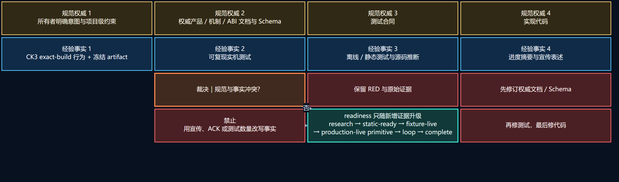
Earlier version of the Mermaid export docs/project-causality-architecture/rendered/08-authority-and-evidence.png (XenoAmess/ck3_eternal_recurrence). Its source is kept beside it as docs/project-causality-architecture/src/08-authority-and-evidence.mmd. Source of this version:
```mermaid
block-beta
    columns 4
    N1["规范权威 1<br/>所有者明确意图与项目级约束"] N2["规范权威 2<br/>权威产品 / 机制 / ABI 文档与 Schema"] N3["规范权威 3<br/>测试合同"] N4["规范权威 4<br/>实现代码"]
    F1["经验事实 1<br/>CK3 exact-build 行为 + 冻结 artifact"] F2["经验事实 2<br/>可复现实机测试"] F3["经验事实 3<br/>离线 / 静态测试与源码推断"] F4["经验事实 4<br/>进度摘要与宣传表述"]
    space C["裁决｜规范与事实冲突？"] R1["保留 RED 与原始证据"] R2["先修订权威文档 / Schema"]
    space WARN["禁止<br/>用宣传、ACK 或测试数量改写事实"] READY["readiness 只随新增证据升级<br/>research → static-ready → fixture-live<br/>→ production-live primitive → loop → complete"] R3["再修测试，最后修代码"]

    N1 --> N2 --> N3 --> N4 --> C
    F1 --> F2 --> F3 --> F4 --> C
    C -- "是" --> R1 --> R2 --> R3 --> READY
    C -- "否" --> READY
    READY -.-> WARN

    style N1 fill:#302916,stroke:#f3c96b,color:#fff8e7,stroke-width:2px
    style N2 fill:#302916,stroke:#f3c96b,color:#fff8e7,stroke-width:2px
    style N3 fill:#302916,stroke:#f3c96b,color:#fff8e7,stroke-width:2px
    style N4 fill:#302916,stroke:#f3c96b,color:#fff8e7,stroke-width:2px
    style F1 fill:#102b47,stroke:#55c8ff,color:#f4f8ff,stroke-width:2px
    style F2 fill:#102b47,stroke:#55c8ff,color:#f4f8ff,stroke-width:2px
    style F3 fill:#102b47,stroke:#55c8ff,color:#f4f8ff,stroke-width:2px
    style F4 fill:#102b47,stroke:#55c8ff,color:#f4f8ff,stroke-width:2px
    style C fill:#402a1f,stroke:#ff8a4c,color:#fff6ef,stroke-width:3px
    style R1 fill:#4b2024,stroke:#ff6b6b,color:#fff5f5,stroke-width:2px
    style R2 fill:#4b2024,stroke:#ff6b6b,color:#fff5f5,stroke-width:2px
    style R3 fill:#4b2024,stroke:#ff6b6b,color:#fff5f5,stroke-width:2px
    style WARN fill:#4b2024,stroke:#ff6b6b,color:#fff5f5,stroke-width:2px
    style READY fill:#123939,stroke:#38d6c5,color:#effffd,stroke-width:3px
```
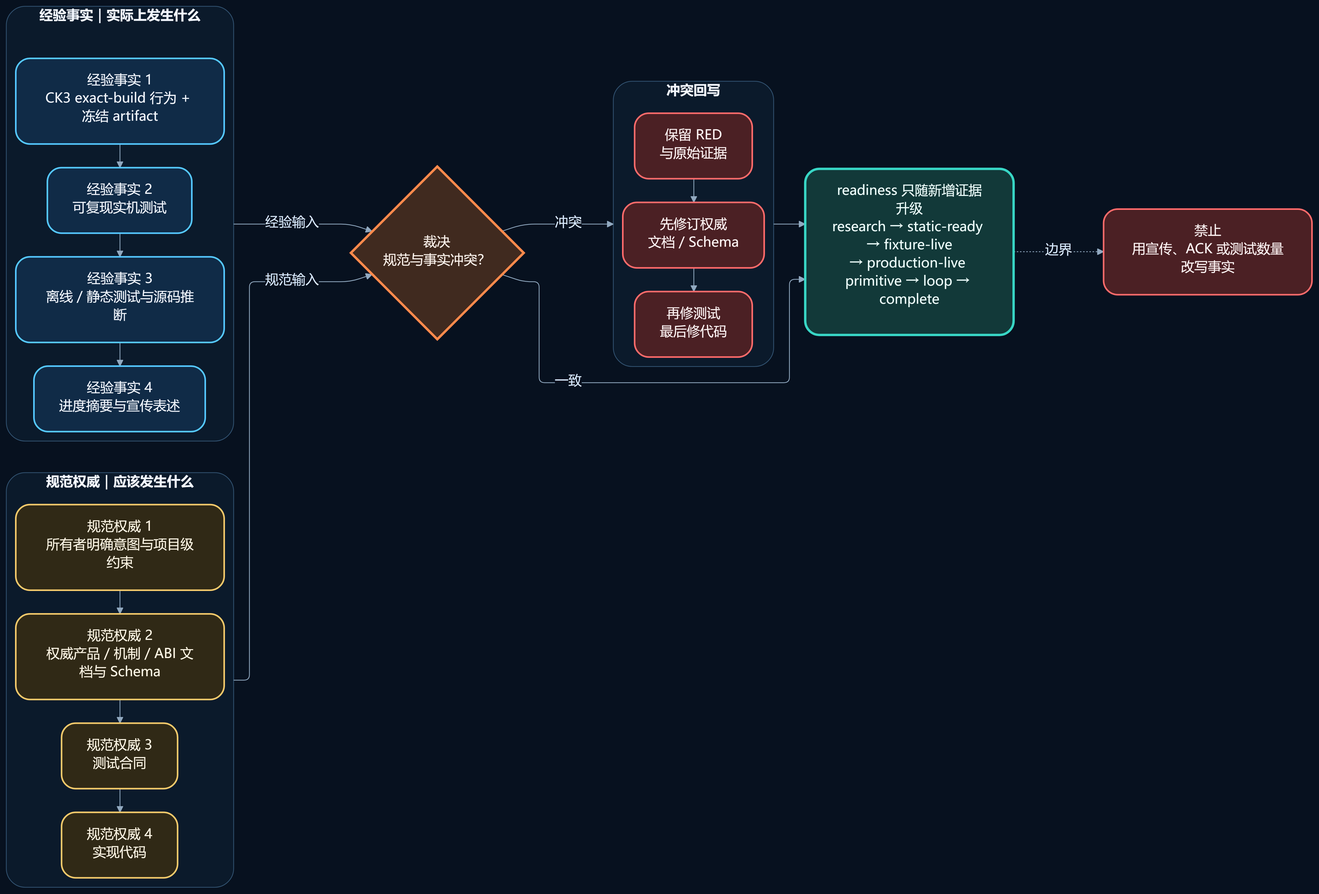
The same diagram one commit later.

What changed in the source:
```diff
@@ -1,15 +1,41 @@
-block-beta
-    columns 4
-    N1["规范权威 1<br/>所有者明确意图与项目级约束"] N2["规范权威 2<br/>权威产品 / 机制 / ABI 文档与 Schema"] N3["规范权威 3<br/>测试合同"] N4["规范权威 4<br/>实现代码"]
-    F1["经验事实 1<br/>CK3 exact-build 行为 + 冻结 artifact"] F2["经验事实 2<br/>可复现实机测试"] F3["经验事实 3<br/>离线 / 静态测试与源码推断"] F4["经验事实 4<br/>进度摘要与宣传表述"]
-    space C["裁决｜规范与事实冲突？"] R1["保留 RED 与原始证据"] R2["先修订权威文档 / Schema"]
-    space WARN["禁止<br/>用宣传、ACK 或测试数量改写事实"] READY["readiness 只随新增证据升级<br/>research → static-ready → fixture-live<br/>→ production-live primitive → loop → complete"] R3["再修测试，最后修代码"]
+flowchart LR
+    subgraph NORM["规范权威｜应该发生什么"]
+        direction TB
+        N1["规范权威 1<br/>所有者明确意图与项目级约束"]
+        N2["规范权威 2<br/>权威产品 / 机制 / ABI 文档与 Schema"]
+        N3["规范权威 3<br/>测试合同"]
+        N4["规范权威 4<br/>实现代码"]
+        N1 --> N2 --> N3 --> N4
+    end
 
-    N1 --> N2 --> N3 --> N4 --> C
-    F1 --> F2 --> F3 --> F4 --> C
-    C -- "是" --> R1 --> R2 --> R3 --> READY
-    C -- "否" --> READY
-    READY -.-> WARN
+    subgraph FACT["经验事实｜实际上发生什么"]
+        direction TB
+        F1["经验事实 1<br/>CK3 exact-build 行为 + 冻结 artifact"]
+        F2["经验事实 2<br/>可复现实机测试"]
+        F3["经验事实 3<br/>离线 / 静态测试与源码推断"]
+        F4["经验事实 4<br/>进度摘要与宣传表述"]
+        F1 --> F2 --> F3 --> F4
+    end
+
+    C{"裁决<br/>规范与事实冲突？"}
+
+    subgraph REPAIR["冲突回写"]
+        direction TB
+        R1["保留 RED<br/>与原始证据"]
+        R2["先修订权威<br/>文档 / Schema"]
+        R3["再修测试<br/>最后修代码"]
+        R1 --> R2 --> R3
+    end
+
+    READY["readiness 只随新增证据升级<br/>research → static-ready → fixture-live<br/>→ production-live primitive → loop → complete"]
+    WARN["禁止<br/>用宣传、ACK 或测试数量改写事实"]
+
+    NORM -->|"规范输入"| C
+    FACT -->|"经验输入"| C
+    C -- "冲突" --> REPAIR
+    C -- "一致" --> READY
+    REPAIR --> READY
+    READY -. "边界" .-> WARN
 
     style N1 fill:#302916,stroke:#f3c96b,color:#fff8e7,stroke-width:2px
     style N2 fill:#302916,stroke:#f3c96b,color:#fff8e7,stroke-width:2px
```
